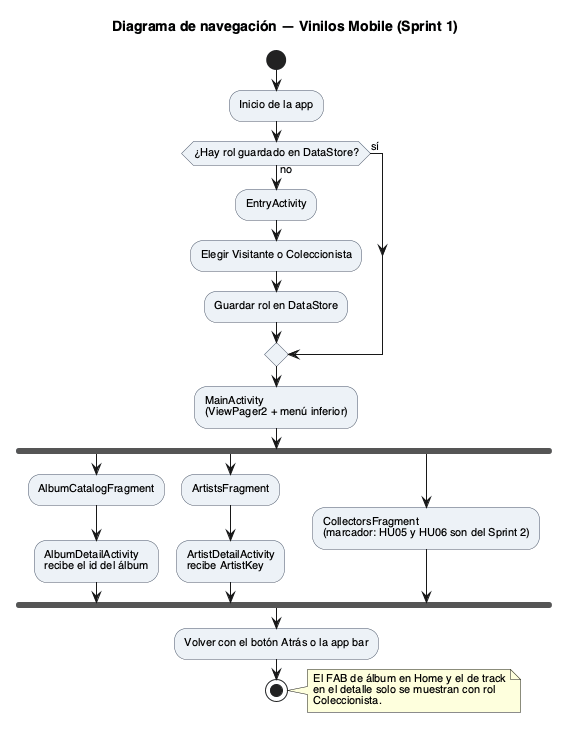
Above: docs/diagramas/06-navegacion.png in jhonospina2711/MISW4201-202615-Vinilos-Mobile-Grupo13 (PlantUML), before the change.
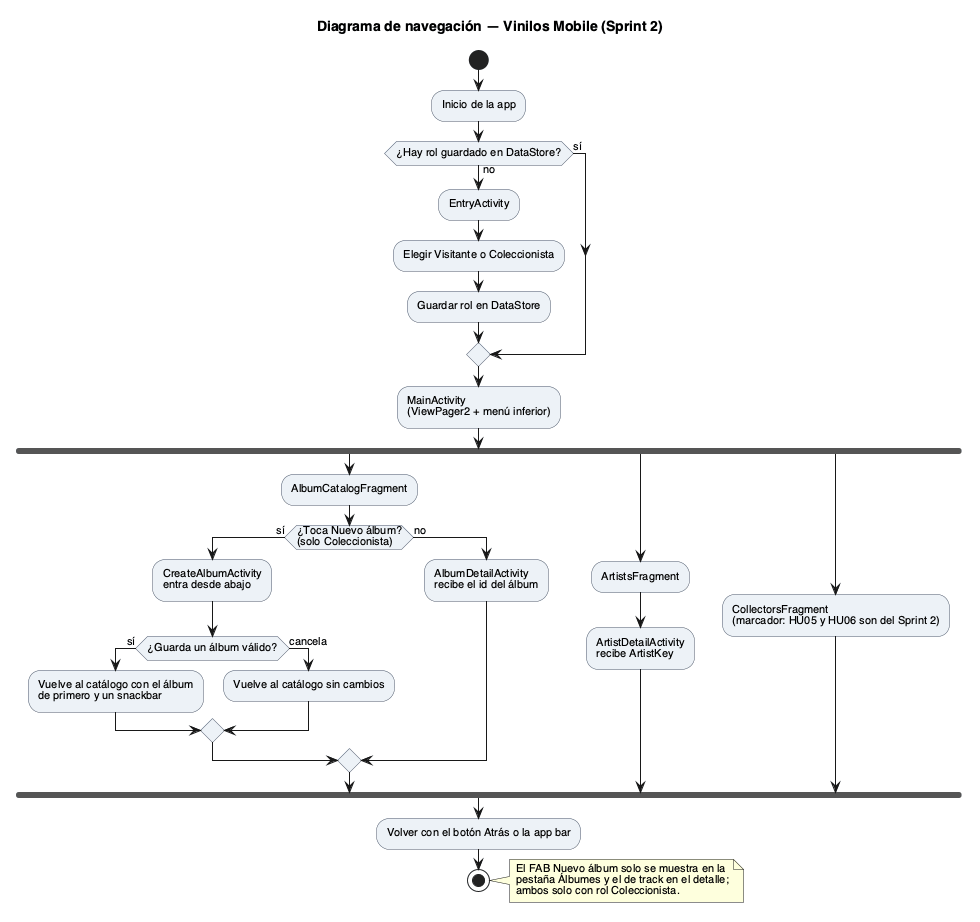
The same file after the commit.

Change to the diagram source:
```diff
@@ -1,5 +1,5 @@
 @startuml 06-navegacion
-title Diagrama de navegación — Vinilos Mobile (Sprint 1)
+title Diagrama de navegación — Vinilos Mobile (Sprint 2)
 skinparam shadowing false
 skinparam defaultFontName Helvetica
 skinparam defaultFontSize 11
@@ -17,7 +17,16 @@
 :MainActivity\n(ViewPager2 + menú inferior);
 fork
   :AlbumCatalogFragment;
-  :AlbumDetailActivity\nrecibe el id del álbum;
+  if (¿Toca Nuevo álbum?\n(solo Coleccionista)) then (sí)
+    :CreateAlbumActivity\nentra desde abajo;
+    if (¿Guarda un álbum válido?) then (sí)
+      :Vuelve al catálogo con el álbum\nde primero y un snackbar;
+    else (cancela)
+      :Vuelve al catálogo sin cambios;
+    endif
+  else (no)
+    :AlbumDetailActivity\nrecibe el id del álbum;
+  endif
 fork again
   :ArtistsFragment;
   :ArtistDetailActivity\nrecibe ArtistKey;
@@ -28,9 +37,9 @@
 stop
 
 note right
-  El FAB de álbum en Home y el de track
-  en el detalle solo se muestran con rol
-  Coleccionista.
+  El FAB Nuevo álbum solo se muestra en la
+  pestaña Álbumes y el de track en el detalle;
+  ambos solo con rol Coleccionista.
 end note
 
 @enduml
```
